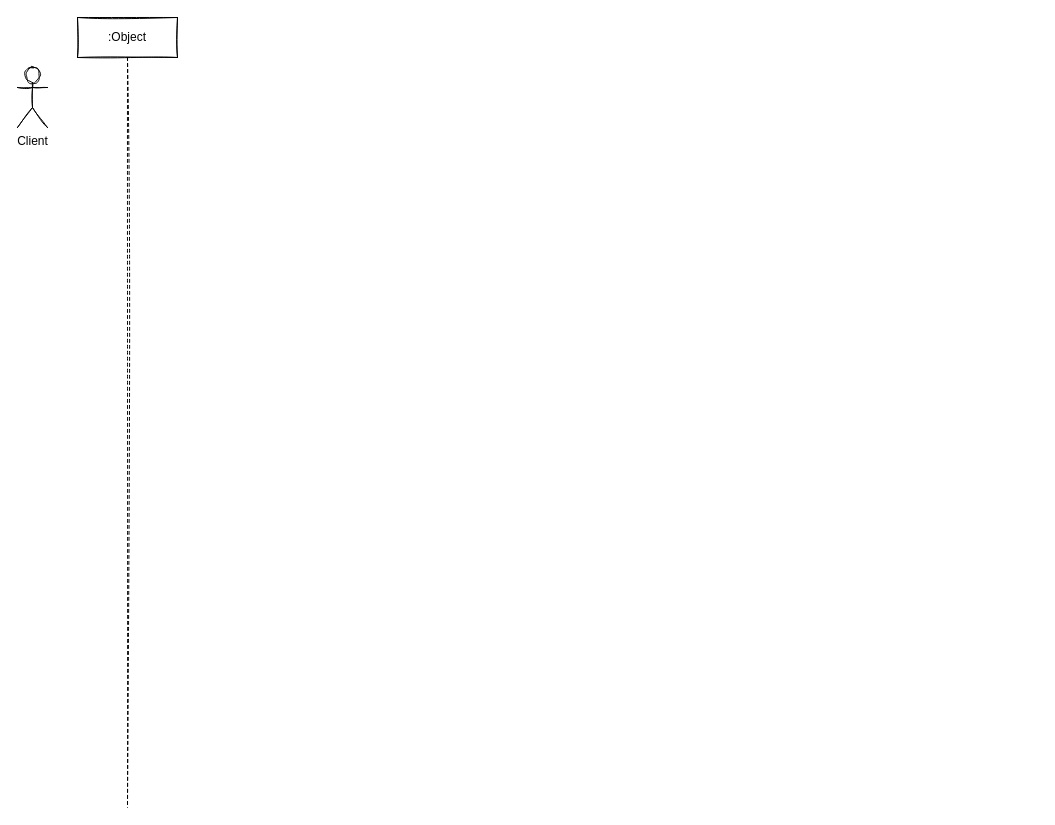
Pyr0man1ac/draw.io keeps this draw.io diagram as page "超期复检" (2 of 2) of 库内.drawio. Above is the earlier version. Source tidied: cells renumbered, new cells numbered last; positions are measured from the earlier drawing's top-left corner, leaving out a move shared by most shapes. Both pictures are drawn from the tidied source at 100%, with x=0, y=0 at pixel (17, 17).
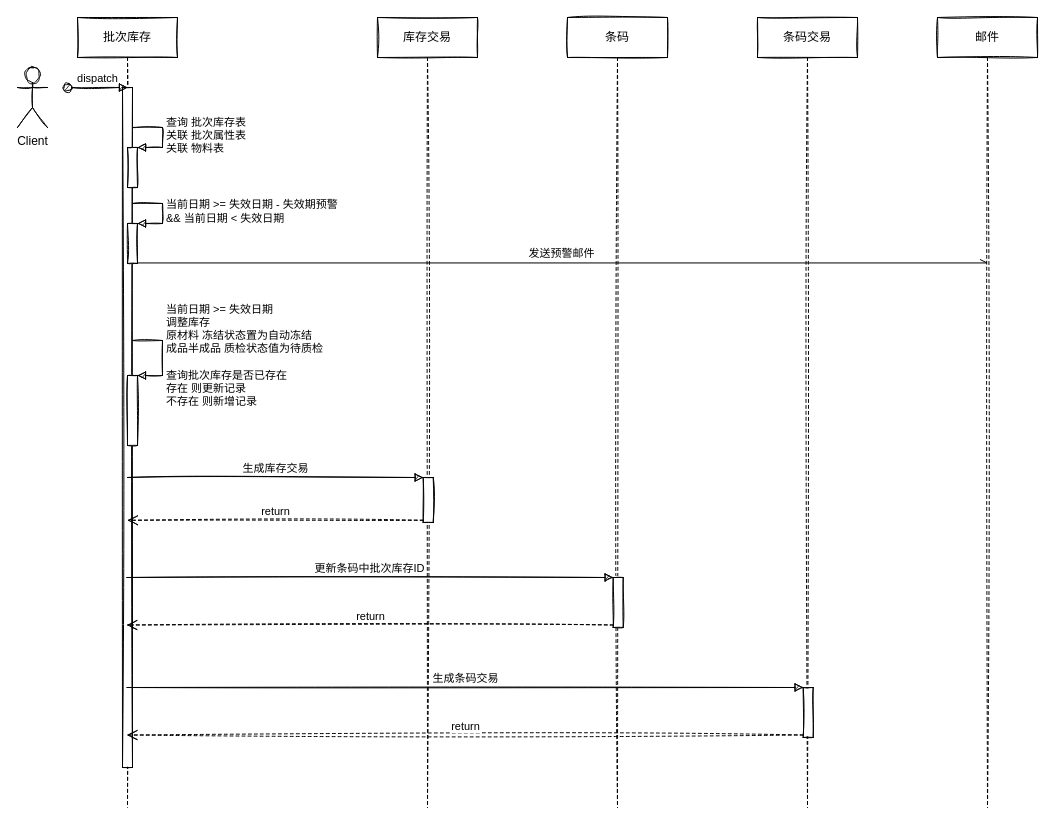
After the change.

The edit, as a diff of the source:
```diff
@@
-    <mxCell id="3" value=":Object" style="shape=umlLifeline;perimeter=lifelinePerimeter;whiteSpace=wrap;html=1;outlineConnect=0;sketch=1;" parent="1" vertex="1">
+    <mxCell id="3" value="批次库存" style="shape=umlLifeline;perimeter=lifelinePerimeter;whiteSpace=wrap;html=1;outlineConnect=0;sketch=1;" parent="1" vertex="1">
       <mxGeometry x="60" width="100" height="790" as="geometry" />
     </mxCell>
+    <mxCell id="4" style="html=1;points=[];perimeter=orthogonalPerimeter;sketch=1;" parent="3" vertex="1">
+      <mxGeometry x="45" y="70" width="10" height="680" as="geometry" />
+    </mxCell>
+    <mxCell id="5" style="group;" parent="3" vertex="1">
+      <mxGeometry x="50" y="110" width="35" height="60" as="geometry" />
+    </mxCell>
+    <mxCell id="6" style="html=1;points=[];perimeter=orthogonalPerimeter;sketch=1;" parent="5" vertex="1">
+      <mxGeometry y="20" width="10" height="40" as="geometry" />
+    </mxCell>
+    <mxCell id="7" value="查询 批次库存表&lt;br&gt;关联 批次属性表&lt;br&gt;关联 物料表" style="edgeStyle=orthogonalEdgeStyle;html=1;align=left;spacingLeft=2;endArrow=block;rounded=0;entryX=1;entryY=0;sketch=1;" parent="5" edge="1" target="6">
+      <mxGeometry relative="1" as="geometry">
+        <mxPoint x="5" as="sourcePoint" />
+        <Array as="points">
+          <mxPoint x="35" />
+        </Array>
+      </mxGeometry>
+    </mxCell>
+    <mxCell id="8" style="group;" parent="3" vertex="1">
+      <mxGeometry x="50" y="323" width="35" height="105" as="geometry" />
+    </mxCell>
+    <mxCell id="9" style="html=1;points=[];perimeter=orthogonalPerimeter;sketch=1;" parent="8" vertex="1">
+      <mxGeometry y="35" width="10" height="70" as="geometry" />
+    </mxCell>
+    <mxCell id="10" value="当前日期 &amp;gt;= 失效日期&lt;br&gt;调整库存&lt;br&gt;原材料 冻结状态置为自动冻结&lt;br&gt;成品半成品 质检状态值为待质检&lt;br&gt;&lt;br&gt;查询批次库存是否已存在&lt;br&gt;存在 则更新记录&lt;br&gt;不存在 则新增记录" style="edgeStyle=orthogonalEdgeStyle;html=1;align=left;spacingLeft=2;endArrow=block;rounded=0;entryX=1;entryY=0;sketch=1;" parent="8" edge="1" target="9">
+      <mxGeometry relative="1" as="geometry">
+        <mxPoint x="5" as="sourcePoint" />
+        <Array as="points">
+          <mxPoint x="35" />
+        </Array>
+      </mxGeometry>
+    </mxCell>
+    <mxCell id="11" value="dispatch" style="html=1;verticalAlign=bottom;startArrow=oval;startFill=1;endArrow=block;startSize=8;sketch=1;" parent="1" edge="1">
+      <mxGeometry relative="1" as="geometry">
+        <mxPoint x="50" y="70" as="sourcePoint" />
+        <mxPoint x="110" y="70" as="targetPoint" />
+      </mxGeometry>
+    </mxCell>
+    <mxCell id="12" style="group;" parent="1" vertex="1">
+      <mxGeometry x="110" y="186" width="35" height="60" as="geometry" />
+    </mxCell>
+    <mxCell id="13" style="html=1;points=[];perimeter=orthogonalPerimeter;sketch=1;" parent="12" vertex="1">
+      <mxGeometry y="20" width="10" height="40" as="geometry" />
+    </mxCell>
+    <mxCell id="14" value="当前日期 &amp;gt;= 失效日期 - 失效期预警&lt;br&gt;&amp;amp;&amp;amp; 当前日期 &amp;lt; 失效日期" style="edgeStyle=orthogonalEdgeStyle;html=1;align=left;spacingLeft=2;endArrow=block;rounded=0;entryX=1;entryY=0;sketch=1;" parent="12" edge="1" target="13">
+      <mxGeometry relative="1" as="geometry">
+        <mxPoint x="5" as="sourcePoint" />
+        <Array as="points">
+          <mxPoint x="35" />
+        </Array>
+      </mxGeometry>
+    </mxCell>
+    <mxCell id="15" value="邮件" style="shape=umlLifeline;perimeter=lifelinePerimeter;whiteSpace=wrap;html=1;outlineConnect=0;sketch=1;" parent="1" vertex="1">
+      <mxGeometry x="920" width="100" height="790" as="geometry" />
+    </mxCell>
+    <mxCell id="16" value="库存交易" style="shape=umlLifeline;perimeter=lifelinePerimeter;whiteSpace=wrap;html=1;sketch=1;" parent="1" vertex="1">
+      <mxGeometry x="360" width="100" height="790" as="geometry" />
+    </mxCell>
+    <mxCell id="17" style="html=1;points=[];perimeter=orthogonalPerimeter;sketch=1;" parent="16" vertex="1">
+      <mxGeometry x="45.7" y="460" width="10" height="45" as="geometry" />
+    </mxCell>
+    <mxCell id="18" value="条码" style="shape=umlLifeline;perimeter=lifelinePerimeter;whiteSpace=wrap;html=1;sketch=1;" parent="1" vertex="1">
+      <mxGeometry x="550" width="100" height="790" as="geometry" />
+    </mxCell>
+    <mxCell id="19" value="条码交易" style="shape=umlLifeline;perimeter=lifelinePerimeter;whiteSpace=wrap;html=1;sketch=1;" parent="1" vertex="1">
+      <mxGeometry x="740" width="100" height="790" as="geometry" />
+    </mxCell>
+    <mxCell id="20" value="生成库存交易" style="html=1;verticalAlign=bottom;endArrow=block;entryX=0;entryY=0;sketch=1;" parent="1" edge="1" target="17">
+      <mxGeometry relative="1" as="geometry">
+        <mxPoint x="110" y="460" as="sourcePoint" />
+      </mxGeometry>
+    </mxCell>
+    <mxCell id="21" value="return" style="html=1;verticalAlign=bottom;endArrow=open;dashed=1;endSize=8;exitX=0;exitY=0.95;sketch=1;" parent="1" edge="1" source="17">
+      <mxGeometry relative="1" as="geometry">
+        <mxPoint x="110" y="502.8" as="targetPoint" />
+      </mxGeometry>
+    </mxCell>
+    <mxCell id="22" style="html=1;points=[];perimeter=orthogonalPerimeter;sketch=1;" parent="1" vertex="1">
+      <mxGeometry x="595.7" y="560" width="10" height="50" as="geometry" />
+    </mxCell>
+    <mxCell id="23" value="更新条码中批次库存ID" style="html=1;verticalAlign=bottom;endArrow=block;entryX=0;entryY=0;sketch=1;" parent="1" edge="1" target="22">
+      <mxGeometry relative="1" as="geometry">
+        <mxPoint x="109.3" y="560" as="sourcePoint" />
+      </mxGeometry>
+    </mxCell>
+    <mxCell id="24" value="return" style="html=1;verticalAlign=bottom;endArrow=open;dashed=1;endSize=8;exitX=0;exitY=0.95;sketch=1;" parent="1" edge="1" source="22">
+      <mxGeometry relative="1" as="geometry">
+        <mxPoint x="109.3" y="607.5" as="targetPoint" />
+      </mxGeometry>
+    </mxCell>
+    <mxCell id="25" style="html=1;points=[];perimeter=orthogonalPerimeter;sketch=1;" parent="1" vertex="1">
+      <mxGeometry x="785.7" y="670" width="10" height="50" as="geometry" />
+    </mxCell>
+    <mxCell id="26" value="生成条码交易" style="html=1;verticalAlign=bottom;endArrow=block;entryX=0;entryY=0;sketch=1;" parent="1" edge="1" source="3" target="25">
+      <mxGeometry relative="1" as="geometry" />
+    </mxCell>
+    <mxCell id="27" value="return" style="html=1;verticalAlign=bottom;endArrow=open;dashed=1;endSize=8;exitX=0;exitY=0.95;sketch=1;" parent="1" edge="1" source="25" target="3">
+      <mxGeometry relative="1" as="geometry" />
+    </mxCell>
+    <mxCell id="28" value="发送预警邮件" style="html=1;verticalAlign=bottom;endArrow=openAsync;endFill=0;exitX=1.435;exitY=0.258;exitDx=0;exitDy=0;exitPerimeter=0;" parent="1" edge="1" source="4" target="15">
+      <mxGeometry relative="1" as="geometry" />
+    </mxCell>
```
